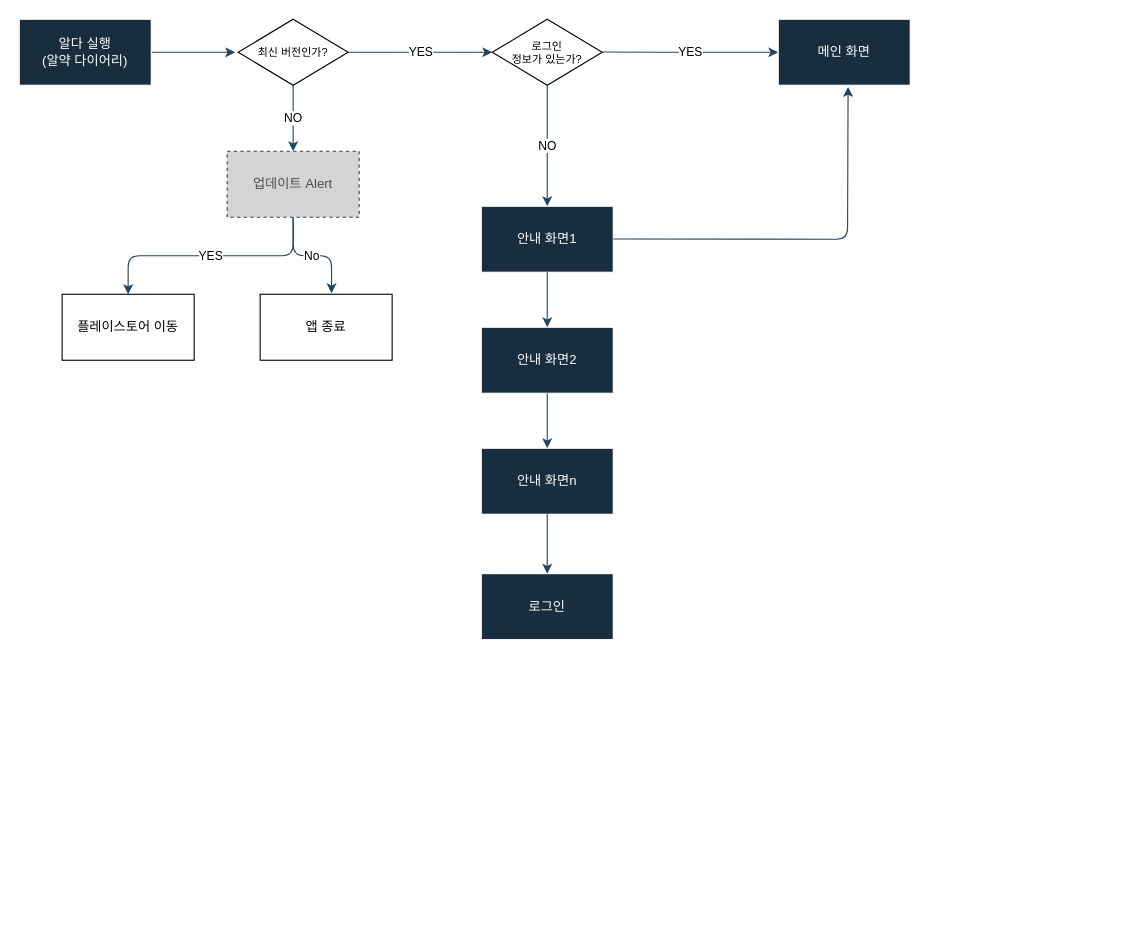
Before: 제목 없는 다이어그램.drawio in helperjby/Flow, a draw.io diagram. Source tidied: cells renumbered, new cells numbered last; positions are measured from the earlier drawing's top-left corner, leaving out a move shared by most shapes. Both pictures are drawn from the tidied source at 110%, with x=0, y=0 at pixel (19, 19).
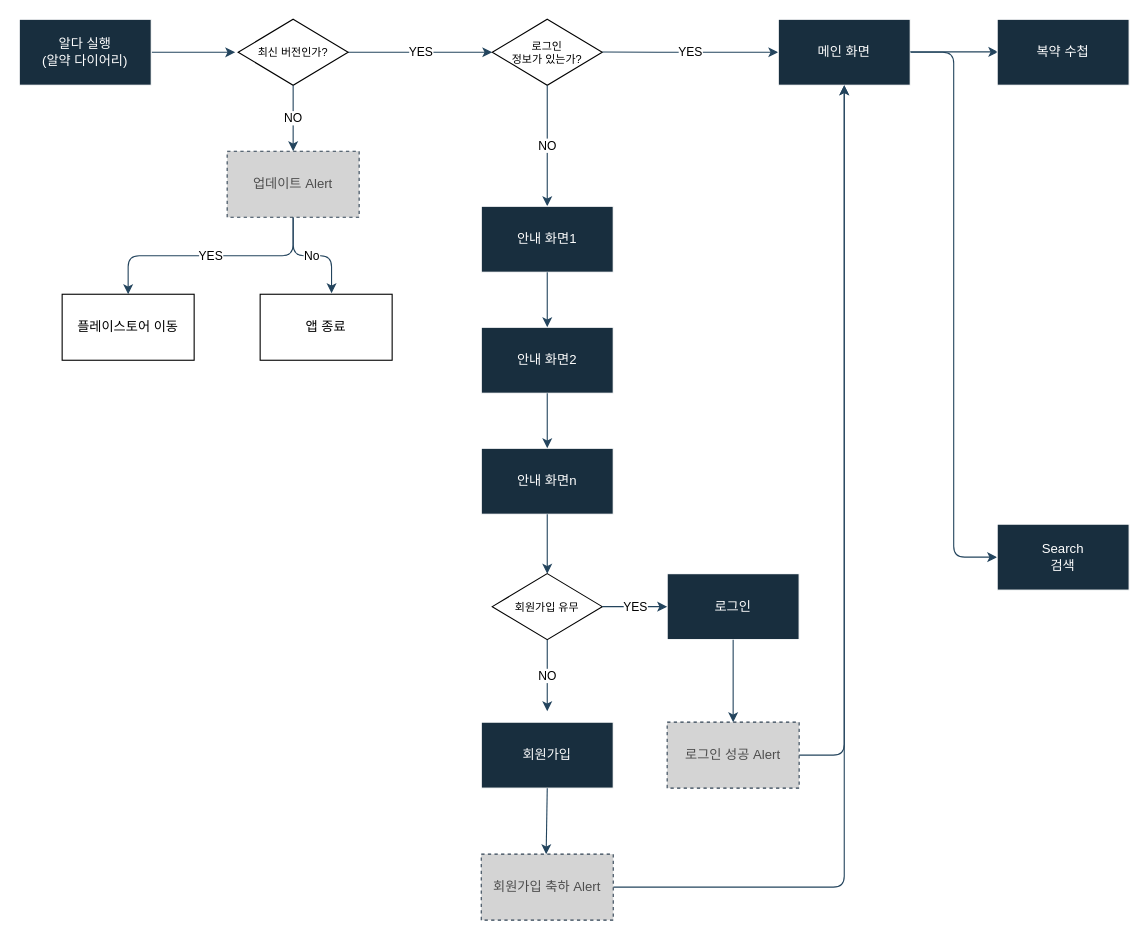
The same diagram, later.

Commit message:
알다.drawio 업데이트

Unchanged cells that the change refers to:
```xml
<mxCell id="10" value="메인 화면" style="whiteSpace=wrap;html=1;strokeColor=#FFFFFF;fontColor=#FFFFFF;fillColor=#182E3E;" parent="1" vertex="1">
  <mxGeometry x="690" width="120" height="60" as="geometry" />
</mxCell>
<mxCell id="19" value="안내 화면n" style="whiteSpace=wrap;html=1;strokeColor=#FFFFFF;fontColor=#FFFFFF;fillColor=#182E3E;" parent="1" vertex="1">
  <mxGeometry x="420" y="390" width="120" height="60" as="geometry" />
</mxCell>
```

What changed in the source:
```diff
@@
+    <mxCell id="24" style="edgeStyle=orthogonalEdgeStyle;rounded=1;jettySize=auto;html=1;exitX=1;exitY=0.5;exitDx=0;exitDy=0;entryX=0;entryY=0.5;entryDx=0;entryDy=0;strokeColor=#23445D;" parent="1" edge="1" source="10" target="37">
+      <mxGeometry relative="1" as="geometry" />
+    </mxCell>
@@
-    <mxCell id="13" style="edgeStyle=none;jettySize=auto;html=1;rounded=1;strokeColor=#23445D;entryX=0.529;entryY=1.025;entryDx=0;entryDy=0;entryPerimeter=0;" parent="1" edge="1" target="10">
-      <mxGeometry relative="1" as="geometry">
-        <mxPoint x="540" y="199.8" as="sourcePoint" />
-        <Array as="points">
-          <mxPoint x="753" y="200" />
-        </Array>
-      </mxGeometry>
-    </mxCell>
@@
+    <mxCell id="23" style="edgeStyle=none;jettySize=auto;html=1;rounded=0;strokeColor=#23445D;exitX=0.5;exitY=1;exitDx=0;exitDy=0;entryX=0.5;entryY=0;entryDx=0;entryDy=0;" parent="1" edge="1" source="19">
+      <mxGeometry relative="1" as="geometry">
+        <mxPoint x="480" y="504" as="targetPoint" />
+      </mxGeometry>
+    </mxCell>
+    <mxCell id="25" value="회원가입 유무" style="rhombus;whiteSpace=wrap;html=1;fillStyle=auto;fontSize=10;" parent="1" vertex="1">
+      <mxGeometry x="430" y="504" width="100" height="60" as="geometry" />
+    </mxCell>
     <mxCell id="22" value="로그인" style="whiteSpace=wrap;html=1;strokeColor=#FFFFFF;fontColor=#FFFFFF;fillColor=#182E3E;" parent="1" vertex="1">
-      <mxGeometry x="420" y="504" width="120" height="60" as="geometry" />
+      <mxGeometry x="589" y="504" width="120" height="60" as="geometry" />
     </mxCell>
-    <mxCell id="23" style="edgeStyle=none;jettySize=auto;html=1;rounded=0;strokeColor=#23445D;exitX=0.5;exitY=1;exitDx=0;exitDy=0;entryX=0.5;entryY=0;entryDx=0;entryDy=0;" parent="1" edge="1" source="19" target="22">
-      <mxGeometry relative="1" as="geometry" />
-    </mxCell>
+    <mxCell id="26" value="YES" style="edgeStyle=none;jettySize=auto;html=1;rounded=0;strokeColor=#23445D;exitX=1;exitY=0.5;exitDx=0;exitDy=0;entryX=0;entryY=0.5;entryDx=0;entryDy=0;" parent="1" edge="1" source="25" target="22">
+      <mxGeometry relative="1" as="geometry" />
+    </mxCell>
+    <mxCell id="27" value="NO" style="edgeStyle=none;jettySize=auto;html=1;rounded=0;strokeColor=#23445D;exitX=0.5;exitY=1;exitDx=0;exitDy=0;" parent="1" edge="1" source="25">
+      <mxGeometry relative="1" as="geometry">
+        <mxPoint x="480" y="629" as="targetPoint" />
+      </mxGeometry>
+    </mxCell>
+    <mxCell id="28" style="edgeStyle=orthogonalEdgeStyle;rounded=1;jettySize=auto;html=1;exitX=1;exitY=0.5;exitDx=0;exitDy=0;entryX=0.5;entryY=1;entryDx=0;entryDy=0;strokeColor=#23445D;" parent="1" edge="1" source="32" target="10">
+      <mxGeometry relative="1" as="geometry" />
+    </mxCell>
+    <mxCell id="29" value="회원가입" style="whiteSpace=wrap;html=1;strokeColor=#FFFFFF;fontColor=#FFFFFF;fillColor=#182E3E;" parent="1" vertex="1">
+      <mxGeometry x="420" y="639" width="120" height="60" as="geometry" />
+    </mxCell>
+    <mxCell id="30" style="edgeStyle=orthogonalEdgeStyle;jettySize=auto;html=1;rounded=1;strokeColor=#23445D;exitX=1;exitY=0.5;exitDx=0;exitDy=0;entryX=0.5;entryY=1;entryDx=0;entryDy=0;" parent="1" edge="1" source="34" target="10">
+      <mxGeometry relative="1" as="geometry" />
+    </mxCell>
+    <mxCell id="31" style="edgeStyle=none;jettySize=auto;html=1;rounded=0;strokeColor=#23445D;exitX=0.5;exitY=1;exitDx=0;exitDy=0;" parent="1" edge="1" source="29">
+      <mxGeometry relative="1" as="geometry">
+        <mxPoint x="479" y="759" as="targetPoint" />
+      </mxGeometry>
+    </mxCell>
+    <mxCell id="32" value="회원가입 축하 Alert" style="whiteSpace=wrap;html=1;strokeColor=#314354;fontColor=#4D4D4D;fillColor=#D4D4D4;dashed=1;gradientColor=none;labelBorderColor=none;" parent="1" vertex="1">
+      <mxGeometry x="420" y="759" width="120" height="60" as="geometry" />
+    </mxCell>
+    <mxCell id="33" style="edgeStyle=none;jettySize=auto;html=1;rounded=0;strokeColor=#23445D;exitX=0.5;exitY=1;exitDx=0;exitDy=0;" parent="1" edge="1" source="22">
+      <mxGeometry relative="1" as="geometry">
+        <mxPoint x="649" y="639" as="targetPoint" />
+      </mxGeometry>
+    </mxCell>
+    <mxCell id="34" value="로그인 성공 Alert" style="whiteSpace=wrap;html=1;strokeColor=#314354;fontColor=#4D4D4D;fillColor=#D4D4D4;dashed=1;gradientColor=none;labelBorderColor=none;" parent="1" vertex="1">
+      <mxGeometry x="589" y="639" width="120" height="60" as="geometry" />
+    </mxCell>
+    <mxCell id="35" style="edgeStyle=none;orthogonalLoop=1;jettySize=auto;html=1;rounded=0;strokeColor=#23445D;" parent="1" edge="1">
+      <mxGeometry relative="1" as="geometry">
+        <mxPoint x="810" y="29.7" as="sourcePoint" />
+        <mxPoint x="890" y="29.7" as="targetPoint" />
+      </mxGeometry>
+    </mxCell>
+    <mxCell id="36" value="복약 수첩" style="whiteSpace=wrap;html=1;strokeColor=#FFFFFF;fontColor=#FFFFFF;fillColor=#182E3E;" parent="1" vertex="1">
+      <mxGeometry x="889" width="120" height="60" as="geometry" />
+    </mxCell>
+    <mxCell id="37" value="Search&lt;br&gt;검색" style="whiteSpace=wrap;html=1;strokeColor=#FFFFFF;fontColor=#FFFFFF;fillColor=#182E3E;" parent="1" vertex="1">
+      <mxGeometry x="889" y="459" width="120" height="60" as="geometry" />
+    </mxCell>
```
